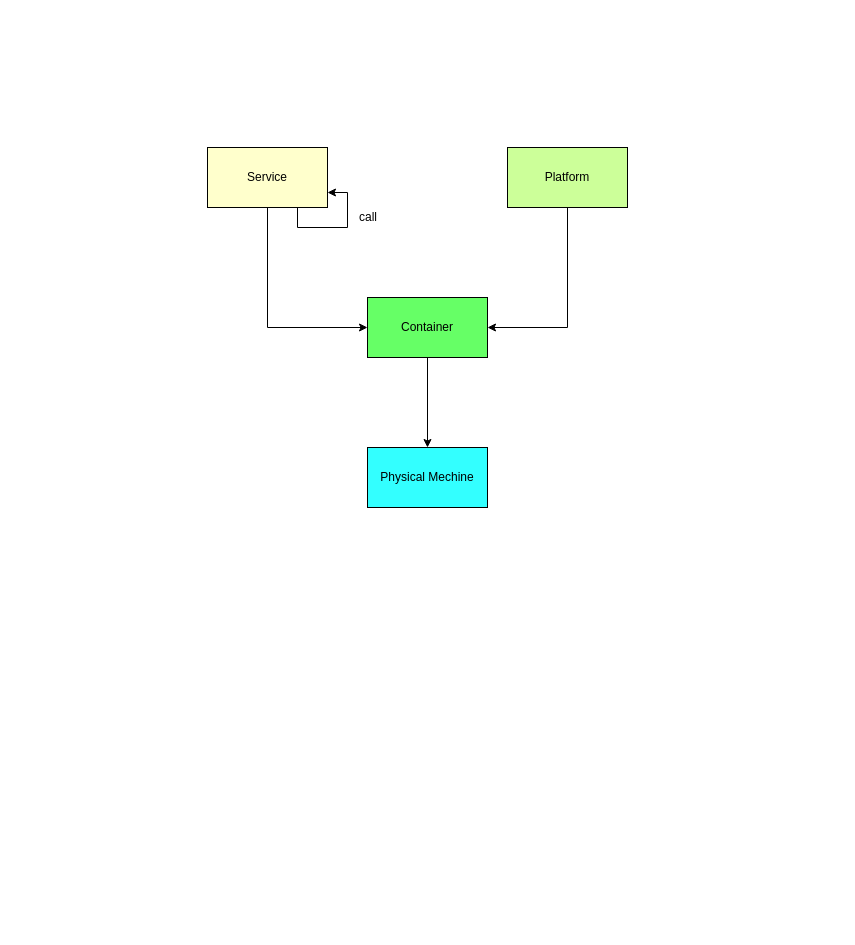
frankneu/draw.io keeps this draw.io diagram as 图数据建模-抽象.drawio. Above is the earlier version. Source tidied: cells renumbered, new cells numbered last; positions are measured from the earlier drawing's top-left corner, leaving out a move shared by most shapes. Both pictures are drawn from the tidied source at 100%, with x=0, y=0 at pixel (207, 147).
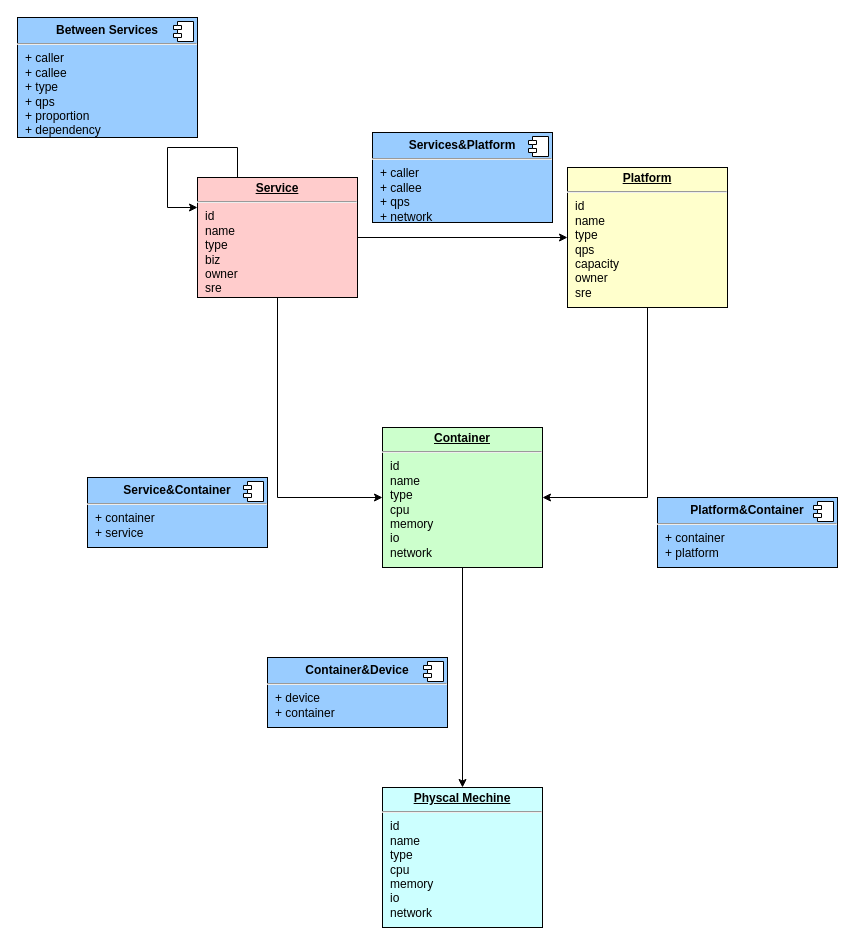
After the change.

Commit message:
Update 图数据建模-抽象.drawio

Diff of the diagram source:
```diff
@@
-    <mxCell id="2" style="edgeStyle=orthogonalEdgeStyle;rounded=0;jettySize=auto;html=1;exitX=0.5;exitY=1;exitDx=0;exitDy=0;entryX=0;entryY=0.5;entryDx=0;entryDy=0;" parent="1" edge="1" source="3" target="7">
-      <mxGeometry relative="1" as="geometry" />
-    </mxCell>
-    <mxCell id="3" value="Service" style="rounded=0;whiteSpace=wrap;html=1;fillColor=#FFFFCC;" parent="1" vertex="1">
-      <mxGeometry width="120" height="60" as="geometry" />
-    </mxCell>
-    <mxCell id="4" style="edgeStyle=orthogonalEdgeStyle;rounded=0;jettySize=auto;html=1;exitX=0.5;exitY=1;exitDx=0;exitDy=0;entryX=1;entryY=0.5;entryDx=0;entryDy=0;" parent="1" edge="1" source="5" target="7">
-      <mxGeometry relative="1" as="geometry" />
-    </mxCell>
-    <mxCell id="5" value="Platform&lt;br&gt;" style="rounded=0;whiteSpace=wrap;html=1;fillColor=#CCFF99;" parent="1" vertex="1">
-      <mxGeometry x="300" width="120" height="60" as="geometry" />
-    </mxCell>
-    <mxCell id="6" style="edgeStyle=orthogonalEdgeStyle;rounded=0;jettySize=auto;html=1;exitX=0.5;exitY=1;exitDx=0;exitDy=0;" parent="1" edge="1" source="7" target="8">
-      <mxGeometry relative="1" as="geometry" />
-    </mxCell>
-    <mxCell id="7" value="Container&lt;br&gt;" style="rounded=0;whiteSpace=wrap;html=1;fillColor=#66FF66;" parent="1" vertex="1">
-      <mxGeometry x="160" y="150" width="120" height="60" as="geometry" />
-    </mxCell>
-    <mxCell id="8" value="Physical Mechine" style="rounded=0;whiteSpace=wrap;html=1;fillColor=#33FFFF;" parent="1" vertex="1">
-      <mxGeometry x="160" y="300" width="120" height="60" as="geometry" />
-    </mxCell>
-    <mxCell id="9" style="edgeStyle=orthogonalEdgeStyle;rounded=0;orthogonalLoop=1;jettySize=auto;html=1;exitX=0.75;exitY=1;exitDx=0;exitDy=0;entryX=1;entryY=0.75;entryDx=0;entryDy=0;" parent="1" edge="1" source="3" target="3">
-      <mxGeometry relative="1" as="geometry">
-        <Array as="points">
-          <mxPoint x="90" y="80" />
-          <mxPoint x="140" y="80" />
-          <mxPoint x="140" y="45" />
-        </Array>
-      </mxGeometry>
-    </mxCell>
-    <mxCell id="10" value="call" style="text;html=1;align=left;verticalAlign=top;spacingTop=-4;" parent="1" vertex="1">
-      <mxGeometry x="150" y="60" width="30" height="20" as="geometry" />
-    </mxCell>
+    <mxCell id="11" style="edgeStyle=orthogonalEdgeStyle;rounded=0;jettySize=auto;html=1;exitX=1;exitY=0.5;exitDx=0;exitDy=0;entryX=0;entryY=0.5;entryDx=0;entryDy=0;" parent="1" edge="1" source="13" target="15">
+      <mxGeometry relative="1" as="geometry" />
+    </mxCell>
+    <mxCell id="12" style="edgeStyle=orthogonalEdgeStyle;rounded=0;jettySize=auto;html=1;exitX=0.5;exitY=1;exitDx=0;exitDy=0;entryX=0;entryY=0.5;entryDx=0;entryDy=0;" parent="1" edge="1" source="13" target="17">
+      <mxGeometry relative="1" as="geometry" />
+    </mxCell>
+    <mxCell id="13" value="&lt;p style=&quot;margin: 0px ; margin-top: 4px ; text-align: center ; text-decoration: underline&quot;&gt;&lt;b&gt;Service&lt;/b&gt;&lt;/p&gt;&lt;hr&gt;&lt;p style=&quot;margin: 0px ; margin-left: 8px&quot;&gt;id&lt;/p&gt;&lt;p style=&quot;margin: 0px ; margin-left: 8px&quot;&gt;name&lt;/p&gt;&lt;p style=&quot;margin: 0px ; margin-left: 8px&quot;&gt;type&lt;/p&gt;&lt;p style=&quot;margin: 0px ; margin-left: 8px&quot;&gt;biz&lt;/p&gt;&lt;p style=&quot;margin: 0px ; margin-left: 8px&quot;&gt;owner&lt;/p&gt;&lt;p style=&quot;margin: 0px ; margin-left: 8px&quot;&gt;sre&lt;/p&gt;" style="verticalAlign=top;align=left;overflow=fill;fontSize=12;fontFamily=Helvetica;html=1;fillColor=#FFCCCC;" parent="1" vertex="1">
+      <mxGeometry x="-10" y="30" width="160" height="120" as="geometry" />
+    </mxCell>
+    <mxCell id="14" style="edgeStyle=orthogonalEdgeStyle;rounded=0;jettySize=auto;html=1;exitX=0.5;exitY=1;exitDx=0;exitDy=0;entryX=1;entryY=0.5;entryDx=0;entryDy=0;" parent="1" edge="1" source="15" target="17">
+      <mxGeometry relative="1" as="geometry" />
+    </mxCell>
+    <mxCell id="15" value="&lt;p style=&quot;margin: 0px ; margin-top: 4px ; text-align: center ; text-decoration: underline&quot;&gt;&lt;b&gt;Platform&lt;/b&gt;&lt;/p&gt;&lt;hr&gt;&lt;p style=&quot;margin: 0px ; margin-left: 8px&quot;&gt;id&lt;/p&gt;&lt;p style=&quot;margin: 0px ; margin-left: 8px&quot;&gt;name&lt;/p&gt;&lt;p style=&quot;margin: 0px ; margin-left: 8px&quot;&gt;type&lt;/p&gt;&lt;p style=&quot;margin: 0px ; margin-left: 8px&quot;&gt;qps&lt;/p&gt;&lt;p style=&quot;margin: 0px ; margin-left: 8px&quot;&gt;&lt;span&gt;capacity&lt;/span&gt;&lt;br&gt;&lt;/p&gt;&lt;p style=&quot;margin: 0px ; margin-left: 8px&quot;&gt;owner&lt;/p&gt;&lt;p style=&quot;margin: 0px ; margin-left: 8px&quot;&gt;sre&lt;/p&gt;" style="verticalAlign=top;align=left;overflow=fill;fontSize=12;fontFamily=Helvetica;html=1;fillColor=#FFFFCC;" parent="1" vertex="1">
+      <mxGeometry x="360" y="20" width="160" height="140" as="geometry" />
+    </mxCell>
+    <mxCell id="16" style="edgeStyle=orthogonalEdgeStyle;rounded=0;jettySize=auto;html=1;exitX=0.5;exitY=1;exitDx=0;exitDy=0;entryX=0.5;entryY=0;entryDx=0;entryDy=0;" parent="1" edge="1" source="17" target="18">
+      <mxGeometry relative="1" as="geometry" />
+    </mxCell>
+    <mxCell id="17" value="&lt;p style=&quot;margin: 0px ; margin-top: 4px ; text-align: center ; text-decoration: underline&quot;&gt;&lt;b&gt;Container&lt;/b&gt;&lt;/p&gt;&lt;hr&gt;&lt;p style=&quot;margin: 0px ; margin-left: 8px&quot;&gt;id&lt;/p&gt;&lt;p style=&quot;margin: 0px ; margin-left: 8px&quot;&gt;name&lt;/p&gt;&lt;p style=&quot;margin: 0px ; margin-left: 8px&quot;&gt;type&lt;/p&gt;&lt;p style=&quot;margin: 0px ; margin-left: 8px&quot;&gt;cpu&lt;/p&gt;&lt;p style=&quot;margin: 0px ; margin-left: 8px&quot;&gt;memory&lt;/p&gt;&lt;p style=&quot;margin: 0px ; margin-left: 8px&quot;&gt;io&lt;/p&gt;&lt;p style=&quot;margin: 0px ; margin-left: 8px&quot;&gt;network&lt;/p&gt;" style="verticalAlign=top;align=left;overflow=fill;fontSize=12;fontFamily=Helvetica;html=1;fillColor=#CCFFCC;" parent="1" vertex="1">
+      <mxGeometry x="175" y="280" width="160" height="140" as="geometry" />
+    </mxCell>
+    <mxCell id="18" value="&lt;p style=&quot;margin: 0px ; margin-top: 4px ; text-align: center ; text-decoration: underline&quot;&gt;&lt;b&gt;Physcal Mechine&lt;/b&gt;&lt;/p&gt;&lt;hr&gt;&lt;p style=&quot;margin: 0px ; margin-left: 8px&quot;&gt;id&lt;/p&gt;&lt;p style=&quot;margin: 0px ; margin-left: 8px&quot;&gt;name&lt;/p&gt;&lt;p style=&quot;margin: 0px ; margin-left: 8px&quot;&gt;type&lt;/p&gt;&lt;p style=&quot;margin: 0px ; margin-left: 8px&quot;&gt;cpu&lt;/p&gt;&lt;p style=&quot;margin: 0px ; margin-left: 8px&quot;&gt;memory&lt;/p&gt;&lt;p style=&quot;margin: 0px ; margin-left: 8px&quot;&gt;io&lt;/p&gt;&lt;p style=&quot;margin: 0px ; margin-left: 8px&quot;&gt;network&lt;/p&gt;" style="verticalAlign=top;align=left;overflow=fill;fontSize=12;fontFamily=Helvetica;html=1;fillColor=#CCFFFF;" parent="1" vertex="1">
+      <mxGeometry x="175" y="640" width="160" height="140" as="geometry" />
+    </mxCell>
+    <mxCell id="19" style="edgeStyle=orthogonalEdgeStyle;rounded=0;orthogonalLoop=1;jettySize=auto;html=1;exitX=0.25;exitY=0;exitDx=0;exitDy=0;entryX=0;entryY=0.25;entryDx=0;entryDy=0;" parent="1" edge="1" source="13" target="13">
+      <mxGeometry relative="1" as="geometry">
+        <Array as="points">
+          <mxPoint x="30" />
+          <mxPoint x="-40" />
+          <mxPoint x="-40" y="60" />
+        </Array>
+      </mxGeometry>
+    </mxCell>
+    <mxCell id="20" value="&lt;p style=&quot;margin: 0px ; margin-top: 6px ; text-align: center&quot;&gt;&lt;b&gt;Between Services&lt;/b&gt;&lt;/p&gt;&lt;hr&gt;&lt;p style=&quot;margin: 0px ; margin-left: 8px&quot;&gt;+ caller&lt;br&gt;+ callee&lt;/p&gt;&lt;p style=&quot;margin: 0px ; margin-left: 8px&quot;&gt;+ type&lt;/p&gt;&lt;p style=&quot;margin: 0px ; margin-left: 8px&quot;&gt;+ qps&lt;/p&gt;&lt;p style=&quot;margin: 0px ; margin-left: 8px&quot;&gt;+&amp;nbsp;&lt;span&gt;proportion&lt;/span&gt;&lt;/p&gt;&lt;p style=&quot;margin: 0px ; margin-left: 8px&quot;&gt;&lt;span&gt;+ dependency&lt;/span&gt;&lt;/p&gt;" style="align=left;overflow=fill;html=1;fillColor=#99CCFF;" parent="1" vertex="1">
+      <mxGeometry x="-190" y="-130" width="180" height="120" as="geometry" />
+    </mxCell>
+    <mxCell id="21" style="shape=component;jettyWidth=8;jettyHeight=4;" parent="20" vertex="1">
+      <mxGeometry x="1" width="20" height="20" relative="1" as="geometry">
+        <mxPoint x="-24" y="4" as="offset" />
+      </mxGeometry>
+    </mxCell>
+    <mxCell id="22" value="&lt;p style=&quot;margin: 0px ; margin-top: 6px ; text-align: center&quot;&gt;&lt;b&gt;Services&amp;amp;Platform&lt;/b&gt;&lt;/p&gt;&lt;hr&gt;&lt;p style=&quot;margin: 0px ; margin-left: 8px&quot;&gt;+ caller&lt;br&gt;+ callee&lt;/p&gt;&lt;p style=&quot;margin: 0px ; margin-left: 8px&quot;&gt;+ qps&lt;/p&gt;&lt;p style=&quot;margin: 0px ; margin-left: 8px&quot;&gt;&lt;span&gt;+ network&lt;/span&gt;&lt;br&gt;&lt;/p&gt;" style="align=left;overflow=fill;html=1;fillColor=#99CCFF;" parent="1" vertex="1">
+      <mxGeometry x="165" y="-15" width="180" height="90" as="geometry" />
+    </mxCell>
+    <mxCell id="23" style="shape=component;jettyWidth=8;jettyHeight=4;" parent="22" vertex="1">
+      <mxGeometry x="1" width="20" height="20" relative="1" as="geometry">
+        <mxPoint x="-24" y="4" as="offset" />
+      </mxGeometry>
+    </mxCell>
+    <mxCell id="24" value="&lt;p style=&quot;margin: 0px ; margin-top: 6px ; text-align: center&quot;&gt;&lt;b&gt;Platform&amp;amp;Container&lt;/b&gt;&lt;/p&gt;&lt;hr&gt;&lt;p style=&quot;margin: 0px ; margin-left: 8px&quot;&gt;+ container&lt;br&gt;+ platform&lt;/p&gt;" style="align=left;overflow=fill;html=1;fillColor=#99CCFF;" parent="1" vertex="1">
+      <mxGeometry x="450" y="350" width="180" height="70" as="geometry" />
+    </mxCell>
+    <mxCell id="25" style="shape=component;jettyWidth=8;jettyHeight=4;" parent="24" vertex="1">
+      <mxGeometry x="1" width="20" height="20" relative="1" as="geometry">
+        <mxPoint x="-24" y="4" as="offset" />
+      </mxGeometry>
+    </mxCell>
+    <mxCell id="26" value="&lt;p style=&quot;margin: 0px ; margin-top: 6px ; text-align: center&quot;&gt;&lt;b&gt;Service&amp;amp;Container&lt;/b&gt;&lt;/p&gt;&lt;hr&gt;&lt;p style=&quot;margin: 0px ; margin-left: 8px&quot;&gt;+ container&lt;br&gt;+ service&lt;/p&gt;" style="align=left;overflow=fill;html=1;fillColor=#99CCFF;" parent="1" vertex="1">
+      <mxGeometry x="-120" y="330" width="180" height="70" as="geometry" />
+    </mxCell>
+    <mxCell id="27" style="shape=component;jettyWidth=8;jettyHeight=4;" parent="26" vertex="1">
+      <mxGeometry x="1" width="20" height="20" relative="1" as="geometry">
+        <mxPoint x="-24" y="4" as="offset" />
+      </mxGeometry>
+    </mxCell>
+    <mxCell id="28" value="&lt;p style=&quot;margin: 0px ; margin-top: 6px ; text-align: center&quot;&gt;&lt;b&gt;Container&amp;amp;Device&lt;/b&gt;&lt;/p&gt;&lt;hr&gt;&lt;p style=&quot;margin: 0px ; margin-left: 8px&quot;&gt;+ device&lt;/p&gt;&lt;p style=&quot;margin: 0px ; margin-left: 8px&quot;&gt;+ container&lt;br&gt;&lt;br&gt;&lt;/p&gt;" style="align=left;overflow=fill;html=1;fillColor=#99CCFF;" parent="1" vertex="1">
+      <mxGeometry x="60" y="510" width="180" height="70" as="geometry" />
+    </mxCell>
+    <mxCell id="29" style="shape=component;jettyWidth=8;jettyHeight=4;" parent="28" vertex="1">
+      <mxGeometry x="1" width="20" height="20" relative="1" as="geometry">
+        <mxPoint x="-24" y="4" as="offset" />
+      </mxGeometry>
+    </mxCell>
```
